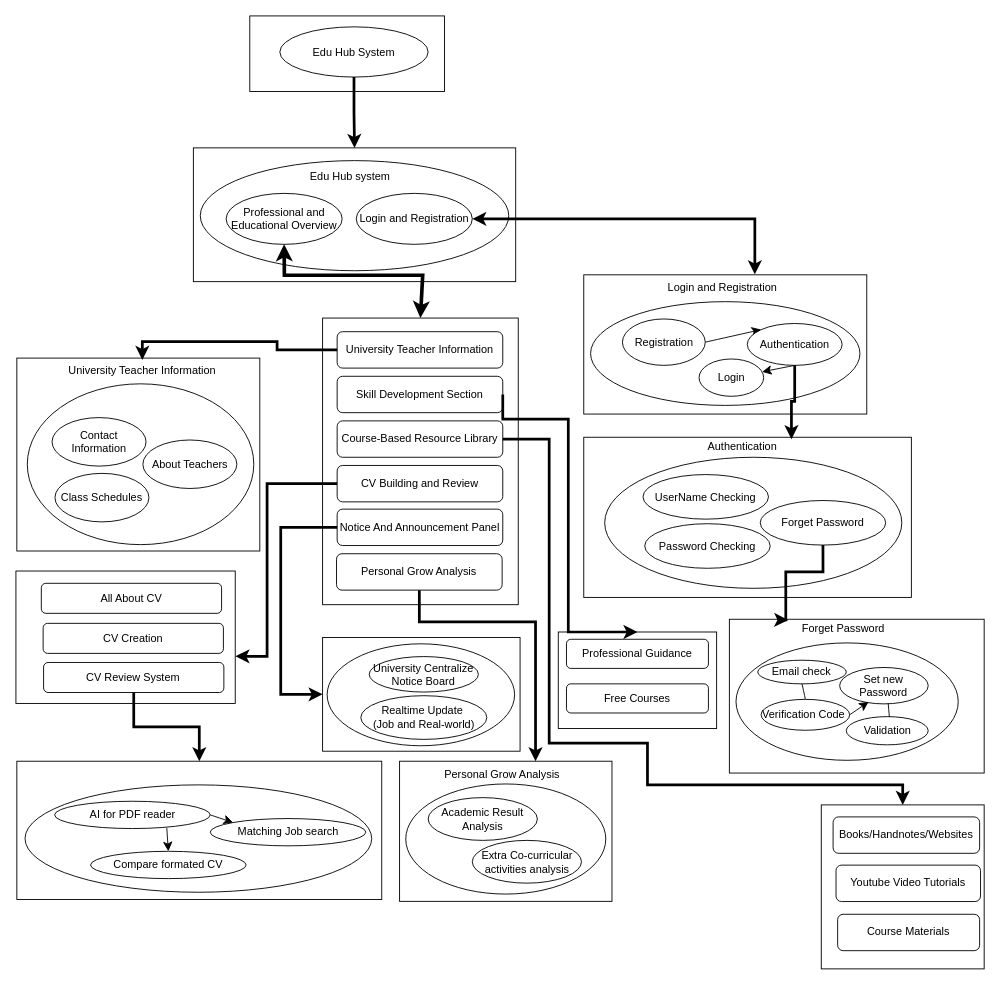
Earlier version of the draw.io diagram Untitled Diagram.drawio (msahid-cse/Low-level-design). Source tidied: cells renumbered, new cells numbered last; positions are measured from the earlier drawing's top-left corner, leaving out a move shared by most shapes. Both pictures are drawn from the tidied source at 91%, with x=0, y=0 at pixel (15, 15).
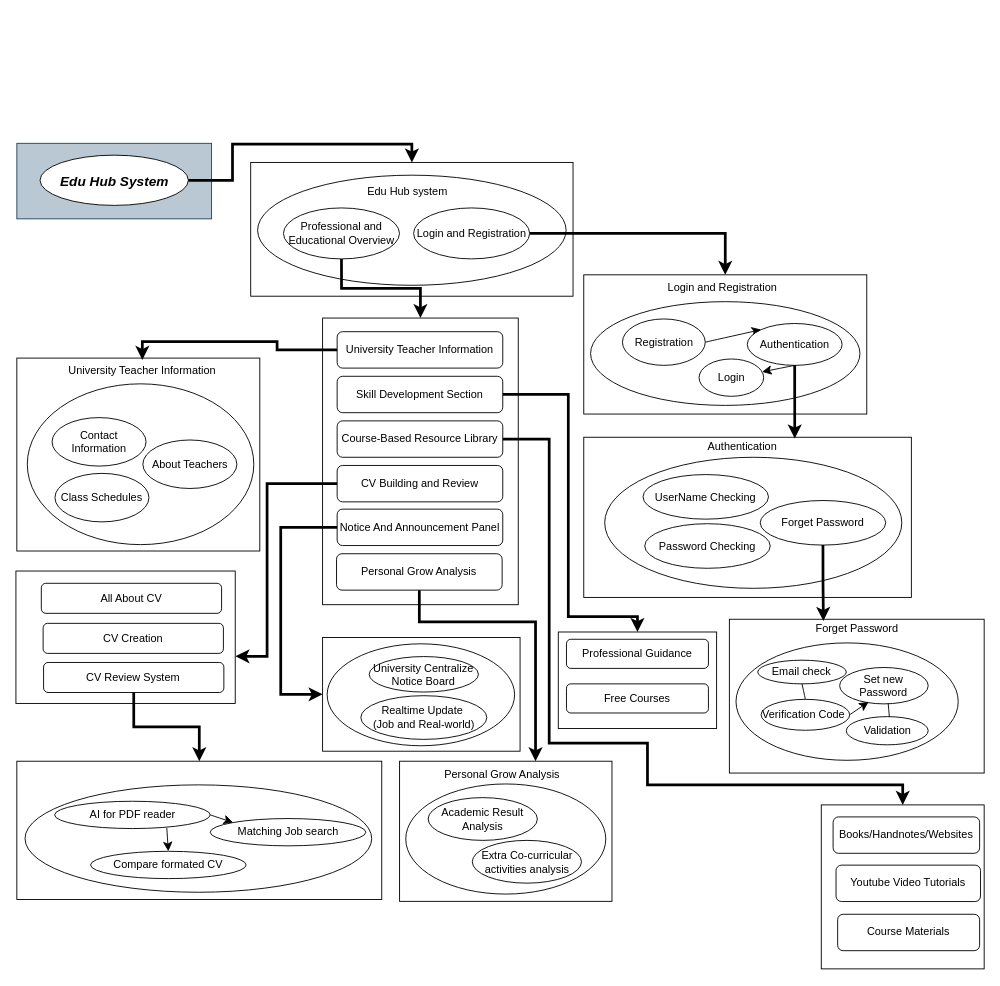
Above is the later version.

The change refers to these unchanged cells:
```xml
<mxCell id="14" style="whiteSpace=wrap;html=1;" parent="13" vertex="1">
  <mxGeometry y="5" width="360" height="176" as="geometry" />
</mxCell>
<mxCell id="18" value="Forget Password" style="ellipse;whiteSpace=wrap;html=1;" parent="13" vertex="1">
  <mxGeometry x="193.9" y="74.5" width="137.9" height="49" as="geometry" />
</mxCell>
<mxCell id="20" style="group;" parent="1" vertex="1">
  <mxGeometry x="784" y="659" width="280" height="173" as="geometry" />
</mxCell>
<mxCell id="21" style="whiteSpace=wrap;html=1;" parent="20" vertex="1">
  <mxGeometry y="4" width="280" height="169" as="geometry" />
</mxCell>
<mxCell id="31" style="rounded=0;whiteSpace=wrap;html=1;" parent="1" vertex="1">
  <mxGeometry x="624" y="284.5" width="311" height="153" as="geometry" />
</mxCell>
<mxCell id="37" value="Authentication" style="ellipse;whiteSpace=wrap;html=1;" parent="1" vertex="1">
  <mxGeometry x="803.7" y="338" width="104.2" height="46" as="geometry" />
</mxCell>
<mxCell id="38" value="Login and Registration&amp;nbsp;&amp;nbsp;" style="text;html=1;align=center;verticalAlign=middle;whiteSpace=wrap;rounded=0;" parent="1" vertex="1">
  <mxGeometry x="714.5" y="284" width="130" height="30" as="geometry" />
</mxCell>
<mxCell id="40" style="rounded=0;whiteSpace=wrap;html=1;" parent="39" vertex="1">
  <mxGeometry width="215" height="315" as="geometry" />
</mxCell>
<mxCell id="42" value="Skill Development Section" style="rounded=1;whiteSpace=wrap;html=1;" parent="39" vertex="1">
  <mxGeometry x="16" y="64" width="182" height="40" as="geometry" />
</mxCell>
<mxCell id="59" style="rounded=0;whiteSpace=wrap;html=1;" parent="58" vertex="1">
  <mxGeometry width="174" height="106" as="geometry" />
</mxCell>
```

What changed in the source:
```diff
@@
-    <mxCell id="4" style="rounded=0;whiteSpace=wrap;html=1;" parent="1" vertex="1">
-      <mxGeometry x="257" width="214" height="83" as="geometry" />
-    </mxCell>
@@
     <mxCell id="30" value="Forget Password" style="text;html=1;align=center;verticalAlign=middle;whiteSpace=wrap;rounded=0;" parent="20" vertex="1">
-      <mxGeometry x="72" width="106.7" height="30" as="geometry" />
+      <mxGeometry x="86.6" width="106.7" height="30" as="geometry" />
     </mxCell>
@@
-    <mxCell id="48" style="edgeStyle=orthogonalEdgeStyle;rounded=0;jettySize=auto;html=1;entryX=0.5;entryY=0;entryDx=0;entryDy=0;strokeWidth=3;" parent="1" edge="1" source="49" target="50">
-      <mxGeometry relative="1" as="geometry" />
-    </mxCell>
-    <mxCell id="49" value="Edu Hub System" style="ellipse;whiteSpace=wrap;html=1;" parent="1" vertex="1">
-      <mxGeometry x="290" y="12" width="163" height="55.2" as="geometry" />
-    </mxCell>
     <mxCell id="50" style="rounded=0;whiteSpace=wrap;html=1;" parent="1" vertex="1">
-      <mxGeometry x="195" y="145" width="354.2" height="147" as="geometry" />
+      <mxGeometry x="258" y="161" width="354.2" height="147" as="geometry" />
     </mxCell>
     <mxCell id="51" style="ellipse;whiteSpace=wrap;html=1;" parent="1" vertex="1">
-      <mxGeometry x="202.6" y="159" width="339" height="121" as="geometry" />
+      <mxGeometry x="265.6" y="175" width="339" height="121" as="geometry" />
     </mxCell>
+    <mxCell id="57" style="edgeStyle=orthogonalEdgeStyle;rounded=0;jettySize=auto;html=1;exitX=0.5;exitY=1;exitDx=0;exitDy=0;entryX=0.5;entryY=0;entryDx=0;entryDy=0;strokeWidth=3;" parent="1" edge="1" source="52" target="40">
+      <mxGeometry relative="1" as="geometry" />
+    </mxCell>
     <mxCell id="52" value="Professional and Educational Overview" style="ellipse;whiteSpace=wrap;html=1;" parent="1" vertex="1">
-      <mxGeometry x="231" y="195" width="127.5" height="56" as="geometry" />
+      <mxGeometry x="294" y="211" width="127.5" height="56" as="geometry" />
     </mxCell>
@@
+    <mxCell id="94" style="edgeStyle=orthogonalEdgeStyle;rounded=0;jettySize=auto;html=1;exitX=1;exitY=0.5;exitDx=0;exitDy=0;entryX=0.5;entryY=0;entryDx=0;entryDy=0;strokeWidth=3;" parent="1" edge="1" source="54" target="31">
+      <mxGeometry relative="1" as="geometry" />
+    </mxCell>
     <mxCell id="54" value="Login and Registration" style="ellipse;whiteSpace=wrap;html=1;" parent="1" vertex="1">
-      <mxGeometry x="374" y="195" width="127.5" height="56" as="geometry" />
+      <mxGeometry x="437" y="211" width="127.5" height="56" as="geometry" />
     </mxCell>
     <mxCell id="55" value="Edu Hub system" style="text;html=1;align=center;verticalAlign=middle;strokeColor=none;fillColor=none;" parent="1" vertex="1">
-      <mxGeometry x="314" y="164" width="106" height="26" as="geometry" />
+      <mxGeometry x="377" y="180" width="106" height="26" as="geometry" />
     </mxCell>
-    <mxCell id="56" style="endArrow=classic;startArrow=classic;html=1;rounded=0;exitX=1;exitY=0.5;exitDx=0;exitDy=0;entryX=0.75;entryY=0;entryDx=0;entryDy=0;strokeWidth=3;" parent="1" edge="1" source="54" target="38">
-      <mxGeometry relative="1" as="geometry">
-        <Array as="points">
-          <mxPoint x="812" y="223" />
-        </Array>
-      </mxGeometry>
-    </mxCell>
-    <mxCell id="57" style="endArrow=classic;startArrow=classic;html=1;rounded=0;exitX=0.5;exitY=1;exitDx=0;exitDy=0;entryX=0.5;entryY=0;entryDx=0;entryDy=0;strokeWidth=4;" parent="1" edge="1" source="52" target="40">
-      <mxGeometry relative="1" as="geometry">
-        <Array as="points">
-          <mxPoint x="295" y="285" />
-          <mxPoint x="447" y="285" />
-        </Array>
-      </mxGeometry>
-    </mxCell>
@@
     <mxCell id="87" style="edgeStyle=orthogonalEdgeStyle;rounded=0;jettySize=auto;html=1;exitX=1;exitY=0.5;exitDx=0;exitDy=0;entryX=0.5;entryY=0;entryDx=0;entryDy=0;strokeWidth=3;" parent="1" edge="1" source="42" target="59">
       <mxGeometry relative="1" as="geometry">
         <Array as="points">
-          <mxPoint x="535" y="443" />
-          <mxPoint x="607" y="443" />
-          <mxPoint x="607" y="677" />
+          <mxPoint x="607" y="416" />
+          <mxPoint x="607" y="660" />
+          <mxPoint x="683" y="660" />
         </Array>
       </mxGeometry>
     </mxCell>
-    <mxCell id="88" style="edgeStyle=orthogonalEdgeStyle;rounded=0;jettySize=auto;html=1;exitX=0.5;exitY=1;exitDx=0;exitDy=0;entryX=0.634;entryY=0.012;entryDx=0;entryDy=0;entryPerimeter=0;strokeWidth=3;" parent="1" edge="1" source="37" target="14">
-      <mxGeometry relative="1" as="geometry" />
-    </mxCell>
@@
+    <mxCell id="88" style="edgeStyle=orthogonalEdgeStyle;rounded=0;jettySize=auto;html=1;exitX=0.5;exitY=1;exitDx=0;exitDy=0;entryX=0.644;entryY=0.008;entryDx=0;entryDy=0;entryPerimeter=0;strokeWidth=3;" parent="1" edge="1" source="37" target="14">
+      <mxGeometry relative="1" as="geometry" />
+    </mxCell>
-    <mxCell id="93" style="edgeStyle=orthogonalEdgeStyle;rounded=0;jettySize=auto;html=1;exitX=0.5;exitY=1;exitDx=0;exitDy=0;entryX=0.231;entryY=0.005;entryDx=0;entryDy=0;entryPerimeter=0;strokeWidth=3;" parent="1" edge="1" source="18" target="21">
-      <mxGeometry relative="1" as="geometry">
-        <Array as="points">
-          <mxPoint x="887" y="611" />
-          <mxPoint x="846" y="611" />
-          <mxPoint x="846" y="664" />
-        </Array>
-      </mxGeometry>
+    <mxCell id="93" style="edgeStyle=orthogonalEdgeStyle;rounded=0;jettySize=auto;html=1;exitX=0.5;exitY=1;exitDx=0;exitDy=0;entryX=0.369;entryY=0.011;entryDx=0;entryDy=0;entryPerimeter=0;strokeWidth=3;" parent="1" edge="1" source="18" target="21">
+      <mxGeometry relative="1" as="geometry" />
     </mxCell>
+    <mxCell id="95" style="group;" parent="1" vertex="1">
+      <mxGeometry x="1" y="140" width="214" height="83" as="geometry" />
+    </mxCell>
+    <mxCell id="4" style="rounded=0;whiteSpace=wrap;html=1;fillColor=#bac8d3;strokeColor=#23445d;" parent="95" vertex="1">
+      <mxGeometry width="214" height="83" as="geometry" />
+    </mxCell>
+    <mxCell id="49" value="&lt;font style=&quot;font-size: 15px;&quot;&gt;&lt;b&gt;&lt;i&gt;Edu Hub System&lt;/i&gt;&lt;/b&gt;&lt;/font&gt;" style="ellipse;whiteSpace=wrap;html=1;" parent="95" vertex="1">
+      <mxGeometry x="25.5" y="13" width="163" height="55.2" as="geometry" />
+    </mxCell>
+    <mxCell id="48" style="edgeStyle=orthogonalEdgeStyle;rounded=0;jettySize=auto;html=1;exitX=1;exitY=0.5;exitDx=0;exitDy=0;entryX=0.5;entryY=0;entryDx=0;entryDy=0;strokeWidth=3;" parent="1" edge="1" source="49" target="50">
+      <mxGeometry relative="1" as="geometry">
+        <Array as="points">
+          <mxPoint x="238" y="181" />
+          <mxPoint x="238" y="141" />
+          <mxPoint x="435" y="141" />
+        </Array>
+      </mxGeometry>
+    </mxCell>
```
